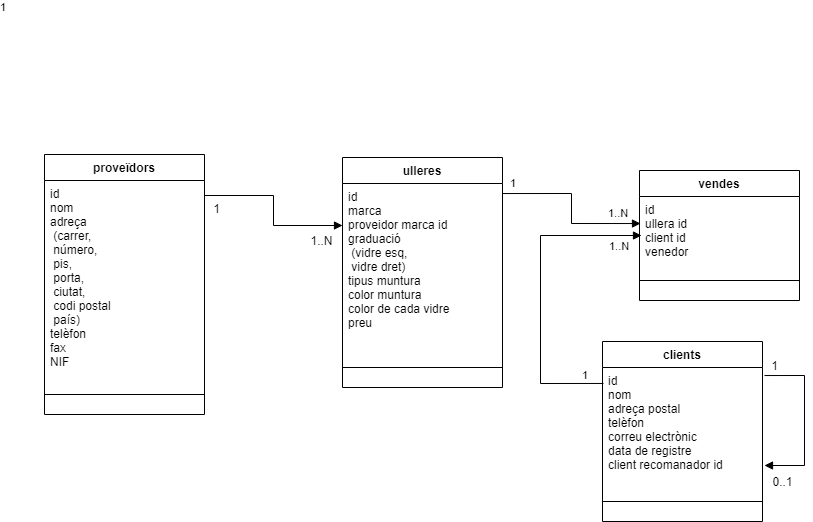
fidelb/bActiva1 keeps this draw.io diagram as optica.drawio.png. Above is the earlier version. Source tidied: cells renumbered, new cells last; positions are measured from the earlier drawing's top-left corner, leaving out a move shared by most shapes. Its diagram source:
```xml
<mxGraphModel>
  <root>
    <mxCell id="0" />
    <mxCell id="1" parent="0" />
    <mxCell id="2" value="proveïdors" style="swimlane;fontStyle=1;align=center;verticalAlign=top;horizontal=1;startSize=26;" parent="1" vertex="1">
      <mxGeometry width="160" height="260" as="geometry" />
    </mxCell>
    <mxCell id="3" value="id&#10;nom&#10;adreça&#10;  (carrer, &#10;  número, &#10;  pis, &#10;  porta, &#10;  ciutat, &#10;  codi postal &#10;  país)&#10;telèfon&#10;fax&#10;NIF" style="text;strokeColor=none;fillColor=none;align=left;verticalAlign=top;spacingLeft=4;spacingRight=4;overflow=hidden;points=[[0,0.5],[1,0.5]];portConstraint=eastwest;" parent="2" vertex="1">
      <mxGeometry y="26" width="160" height="194" as="geometry" />
    </mxCell>
    <mxCell id="4" style="line;strokeWidth=1;fillColor=none;align=left;verticalAlign=middle;spacingTop=-1;spacingLeft=3;spacingRight=3;labelPosition=right;" parent="2" vertex="1">
      <mxGeometry y="220" width="160" height="40" as="geometry" />
    </mxCell>
    <mxCell id="5" value="vendes" style="swimlane;fontStyle=1;align=center;verticalAlign=top;horizontal=1;startSize=26;" parent="1" vertex="1">
      <mxGeometry x="595" y="16" width="160" height="130" as="geometry" />
    </mxCell>
    <mxCell id="6" value="id&#10;ullera id&#10;client id&#10;venedor" style="text;strokeColor=none;fillColor=none;align=left;verticalAlign=top;spacingLeft=4;spacingRight=4;overflow=hidden;" parent="5" vertex="1">
      <mxGeometry y="26" width="160" height="64" as="geometry" />
    </mxCell>
    <mxCell id="7" style="line;strokeWidth=1;fillColor=none;align=left;verticalAlign=middle;spacingTop=-1;spacingLeft=3;spacingRight=3;labelPosition=right;" parent="5" vertex="1">
      <mxGeometry y="90" width="160" height="40" as="geometry" />
    </mxCell>
    <mxCell id="8" style="endArrow=block;endFill=1;html=1;edgeStyle=orthogonalEdgeStyle;align=left;verticalAlign=top;rounded=0;" parent="1" edge="1" source="3">
      <mxGeometry x="-1" relative="1" as="geometry">
        <mxPoint x="298" y="71" as="targetPoint" />
        <Array as="points">
          <mxPoint x="229" y="41" />
          <mxPoint x="229" y="71" />
        </Array>
      </mxGeometry>
    </mxCell>
    <mxCell id="9" value="1" style="edgeLabel;html=1;align=left;verticalAlign=bottom;" parent="8" vertex="1">
      <mxGeometry x="-1" relative="1" as="geometry">
        <mxPoint x="-206" y="-180" as="offset" />
      </mxGeometry>
    </mxCell>
    <mxCell id="10" value="1..N" style="text;html=1;align=center;verticalAlign=middle;fillColor=none;strokeColor=none;rounded=0;" parent="1" vertex="1">
      <mxGeometry x="257" y="76" width="40" height="20" as="geometry" />
    </mxCell>
    <mxCell id="11" value="1" style="text;html=1;align=center;verticalAlign=middle;fillColor=none;strokeColor=none;rounded=0;" parent="1" vertex="1">
      <mxGeometry x="161.9" y="44" width="20" height="20" as="geometry" />
    </mxCell>
    <mxCell id="12" value="ulleres" style="swimlane;fontStyle=1;align=center;verticalAlign=top;horizontal=1;startSize=26;" parent="1" vertex="1">
      <mxGeometry x="298" y="3" width="160" height="230" as="geometry" />
    </mxCell>
    <mxCell id="13" value="id&#10;marca&#10;proveidor marca id &#10;graduació &#10;  (vidre esq,&#10;  vidre dret)&#10;tipus muntura &#10;color muntura&#10;color de cada vidre&#10;preu" style="text;strokeColor=none;fillColor=none;align=left;verticalAlign=top;spacingLeft=4;spacingRight=4;overflow=hidden;points=[[0,0.5],[1,0.5]];portConstraint=eastwest;" parent="12" vertex="1">
      <mxGeometry y="26" width="160" height="164" as="geometry" />
    </mxCell>
    <mxCell id="14" style="line;strokeWidth=1;fillColor=none;align=left;verticalAlign=middle;spacingTop=-1;spacingLeft=3;spacingRight=3;labelPosition=right;" parent="12" vertex="1">
      <mxGeometry y="190" width="160" height="40" as="geometry" />
    </mxCell>
    <mxCell id="15" style="endArrow=block;endFill=1;html=1;edgeStyle=orthogonalEdgeStyle;align=left;verticalAlign=top;rounded=0;" parent="1" edge="1">
      <mxGeometry x="-1" relative="1" as="geometry">
        <mxPoint x="720" y="221" as="sourcePoint" />
        <mxPoint x="720" y="311" as="targetPoint" />
        <Array as="points">
          <mxPoint x="760" y="221" />
          <mxPoint x="760" y="311" />
          <mxPoint x="720" y="311" />
        </Array>
      </mxGeometry>
    </mxCell>
    <mxCell id="16" value="1" style="text;html=1;align=center;verticalAlign=middle;fillColor=none;strokeColor=none;rounded=0;" parent="1" vertex="1">
      <mxGeometry x="720" y="201" width="20" height="20" as="geometry" />
    </mxCell>
    <mxCell id="17" value="0..1" style="text;html=1;align=center;verticalAlign=middle;fillColor=none;strokeColor=none;rounded=0;" parent="1" vertex="1">
      <mxGeometry x="718" y="317" width="40" height="20" as="geometry" />
    </mxCell>
    <mxCell id="18" value="clients" style="swimlane;fontStyle=1;align=center;verticalAlign=top;horizontal=1;startSize=26;" parent="1" vertex="1">
      <mxGeometry x="558" y="187" width="160" height="180" as="geometry" />
    </mxCell>
    <mxCell id="19" value="id&#10;nom&#10;adreça postal&#10;telèfon&#10;correu electrònic&#10;data de registre&#10;client recomanador id" style="text;strokeColor=none;fillColor=none;align=left;verticalAlign=top;spacingLeft=4;spacingRight=4;overflow=hidden;points=[[0,0.5],[1,0.5]];portConstraint=eastwest;" parent="18" vertex="1">
      <mxGeometry y="26" width="160" height="114" as="geometry" />
    </mxCell>
    <mxCell id="20" style="line;strokeWidth=1;fillColor=none;align=left;verticalAlign=middle;spacingTop=-1;spacingLeft=3;spacingRight=3;labelPosition=right;" parent="18" vertex="1">
      <mxGeometry y="140" width="160" height="40" as="geometry" />
    </mxCell>
    <mxCell id="21" style="endArrow=block;endFill=1;html=1;edgeStyle=orthogonalEdgeStyle;align=left;verticalAlign=top;rounded=0;" parent="1" edge="1">
      <mxGeometry x="-1" relative="1" as="geometry">
        <mxPoint x="458" y="39" as="sourcePoint" />
        <mxPoint x="596" y="69" as="targetPoint" />
        <Array as="points">
          <mxPoint x="527" y="39" />
          <mxPoint x="527" y="69" />
        </Array>
      </mxGeometry>
    </mxCell>
    <mxCell id="22" style="endArrow=block;endFill=1;html=1;edgeStyle=orthogonalEdgeStyle;align=left;verticalAlign=top;rounded=0;exitX=0.006;exitY=0.14;exitDx=0;exitDy=0;exitPerimeter=0;" parent="1" edge="1" source="19">
      <mxGeometry x="-1" relative="1" as="geometry">
        <mxPoint x="597" y="81" as="targetPoint" />
        <Array as="points">
          <mxPoint x="496" y="229" />
          <mxPoint x="496" y="81" />
        </Array>
      </mxGeometry>
    </mxCell>
    <mxCell id="23" value="1" style="edgeLabel;html=1;align=left;verticalAlign=bottom;" parent="1" vertex="1">
      <mxGeometry x="355" y="47" as="geometry">
        <mxPoint x="109" y="-10" as="offset" />
      </mxGeometry>
    </mxCell>
    <mxCell id="24" value="1..N" style="edgeLabel;html=1;align=left;verticalAlign=bottom;" parent="1" vertex="1">
      <mxGeometry x="344" y="56" as="geometry">
        <mxPoint x="218" y="11" as="offset" />
      </mxGeometry>
    </mxCell>
    <mxCell id="25" value="1" style="edgeLabel;html=1;align=left;verticalAlign=bottom;" parent="1" vertex="1">
      <mxGeometry x="548" y="291" as="geometry">
        <mxPoint x="-12" y="-62" as="offset" />
      </mxGeometry>
    </mxCell>
    <mxCell id="26" value="1..N" style="edgeLabel;html=1;align=left;verticalAlign=bottom;" parent="1" vertex="1">
      <mxGeometry x="575" y="162" as="geometry">
        <mxPoint x="-12" y="-62" as="offset" />
      </mxGeometry>
    </mxCell>
  </root>
</mxGraphModel>
```
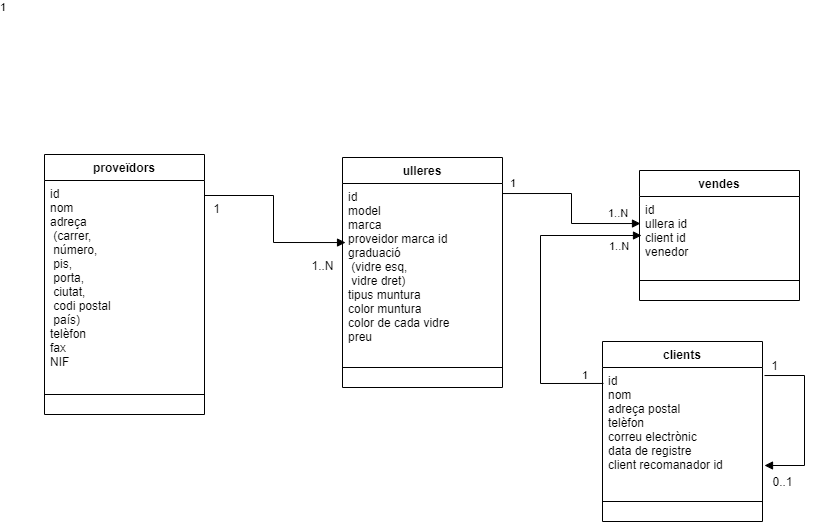
After the commit.

The edit, as a diff of the source:
```diff
@@ -20,12 +20,11 @@
     <mxCell id="7" style="line;strokeWidth=1;fillColor=none;align=left;verticalAlign=middle;spacingTop=-1;spacingLeft=3;spacingRight=3;labelPosition=right;" parent="5" vertex="1">
       <mxGeometry y="90" width="160" height="40" as="geometry" />
     </mxCell>
-    <mxCell id="8" style="endArrow=block;endFill=1;html=1;edgeStyle=orthogonalEdgeStyle;align=left;verticalAlign=top;rounded=0;" parent="1" edge="1" source="3">
+    <mxCell id="8" style="endArrow=block;endFill=1;html=1;edgeStyle=orthogonalEdgeStyle;align=left;verticalAlign=top;rounded=0;entryX=0.019;entryY=0.36;entryDx=0;entryDy=0;entryPerimeter=0;" parent="1" edge="1" source="3" target="13">
       <mxGeometry x="-1" relative="1" as="geometry">
-        <mxPoint x="298" y="71" as="targetPoint" />
         <Array as="points">
           <mxPoint x="229" y="41" />
-          <mxPoint x="229" y="71" />
+          <mxPoint x="229" y="88" />
         </Array>
       </mxGeometry>
     </mxCell>
@@ -35,7 +34,7 @@
       </mxGeometry>
     </mxCell>
     <mxCell id="10" value="1..N" style="text;html=1;align=center;verticalAlign=middle;fillColor=none;strokeColor=none;rounded=0;" parent="1" vertex="1">
-      <mxGeometry x="257" y="76" width="40" height="20" as="geometry" />
+      <mxGeometry x="258" y="101" width="40" height="20" as="geometry" />
     </mxCell>
     <mxCell id="11" value="1" style="text;html=1;align=center;verticalAlign=middle;fillColor=none;strokeColor=none;rounded=0;" parent="1" vertex="1">
       <mxGeometry x="161.9" y="44" width="20" height="20" as="geometry" />
@@ -43,7 +42,7 @@
     <mxCell id="12" value="ulleres" style="swimlane;fontStyle=1;align=center;verticalAlign=top;horizontal=1;startSize=26;" parent="1" vertex="1">
       <mxGeometry x="298" y="3" width="160" height="230" as="geometry" />
     </mxCell>
-    <mxCell id="13" value="id&#10;marca&#10;proveidor marca id &#10;graduació &#10;  (vidre esq,&#10;  vidre dret)&#10;tipus muntura &#10;color muntura&#10;color de cada vidre&#10;preu" style="text;strokeColor=none;fillColor=none;align=left;verticalAlign=top;spacingLeft=4;spacingRight=4;overflow=hidden;points=[[0,0.5],[1,0.5]];portConstraint=eastwest;" parent="12" vertex="1">
+    <mxCell id="13" value="id&#10;model&#10;marca&#10;proveidor marca id &#10;graduació &#10;  (vidre esq,&#10;  vidre dret)&#10;tipus muntura &#10;color muntura&#10;color de cada vidre&#10;preu" style="text;strokeColor=none;fillColor=none;align=left;verticalAlign=top;spacingLeft=4;spacingRight=4;overflow=hidden;points=[[0,0.5],[1,0.5]];portConstraint=eastwest;" parent="12" vertex="1">
       <mxGeometry y="26" width="160" height="164" as="geometry" />
     </mxCell>
     <mxCell id="14" style="line;strokeWidth=1;fillColor=none;align=left;verticalAlign=middle;spacingTop=-1;spacingLeft=3;spacingRight=3;labelPosition=right;" parent="12" vertex="1">
```
